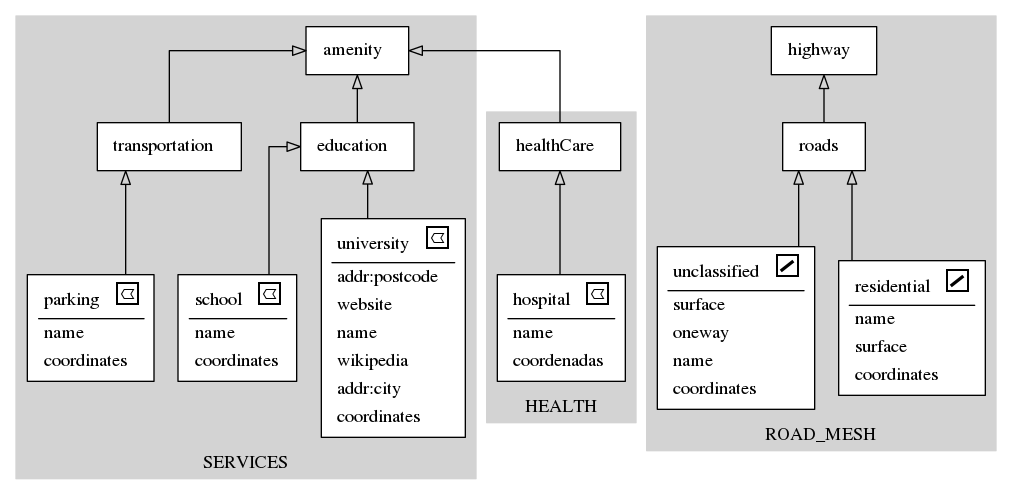
Earlier version of the Graphviz export schema.gv.png (vinisperandio/OSM2Diagram_optmizated). Its source is kept beside it as schema.gv.
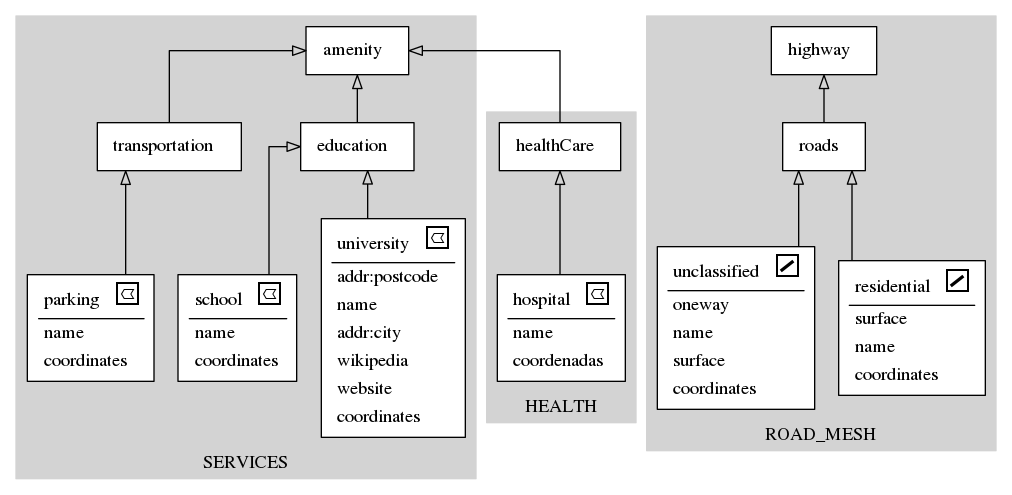
The same file after the commit.

The edit, as a diff of the source:
```diff
@@ -15,16 +15,16 @@
 				<TD align="left">addr:postcode</TD>
 			 </TR>
 			<TR>
-				<TD align="left">website</TD>
+				<TD align="left">name</TD>
 			 </TR>
 			<TR>
-				<TD align="left">name</TD>
+				<TD align="left">addr:city</TD>
 			 </TR>
 			<TR>
 				<TD align="left">wikipedia</TD>
 			 </TR>
 			<TR>
-				<TD align="left">addr:city</TD>
+				<TD align="left">website</TD>
 			 </TR>
 			<TR>
 				<TD align="left">coordinates</TD>
@@ -114,10 +114,10 @@
 			</TR>
 			<hr/>
 			<TR>
-				<TD align="left">name</TD>
+				<TD align="left">surface</TD>
 			 </TR>
 			<TR>
-				<TD align="left">surface</TD>
+				<TD align="left">name</TD>
 			 </TR>
 			<TR>
 				<TD align="left">coordinates</TD>
@@ -137,13 +137,13 @@
 			</TR>
 			<hr/>
 			<TR>
-				<TD align="left">surface</TD>
-			 </TR>
-			<TR>
 				<TD align="left">oneway</TD>
 			 </TR>
 			<TR>
 				<TD align="left">name</TD>
+			 </TR>
+			<TR>
+				<TD align="left">surface</TD>
 			 </TR>
 			<TR>
 				<TD align="left">coordinates</TD>
@@ -157,15 +157,15 @@
 			</TABLE>>]
 	}
 		11 -> 9[arrowhead=onormal]
+		3 -> 5[arrowhead=onormal]
+		10 -> 11[arrowhead=onormal]
+		2 -> 4[arrowhead=onormal]
+		8 -> 11[arrowhead=onormal]
 		5 -> 1[arrowhead=onormal]
-		3 -> 5[arrowhead=onormal]
-		4 -> 1[arrowhead=onormal]
-		7 -> 1[arrowhead=onormal]
 		0 -> 4[arrowhead=onormal]
 		6 -> 7[arrowhead=onormal]
-		8 -> 11[arrowhead=onormal]
-		2 -> 4[arrowhead=onormal]
-		10 -> 11[arrowhead=onormal]
+		7 -> 1[arrowhead=onormal]
+		4 -> 1[arrowhead=onormal]
 	rankdir=BT
 	splines=ortho
 }
```
